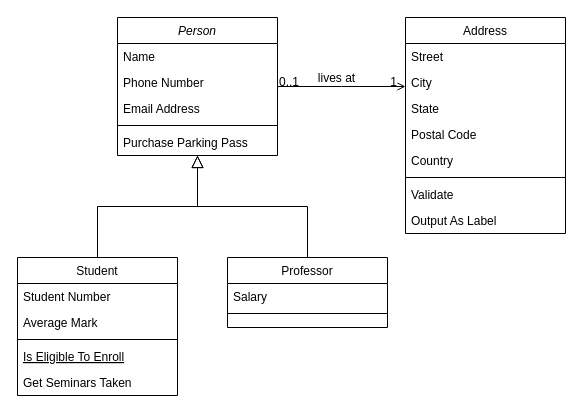
bmoresca-mmdc/Linear-Algebra keeps this draw.io diagram as Untitled Diagram.drawio. Above is the earlier version. Source tidied: cells renumbered, new cells numbered last; positions are measured from the earlier drawing's top-left corner, leaving out a move shared by most shapes. Both pictures are drawn from the tidied source at 100%, with x=0, y=0 at pixel (17, 17).
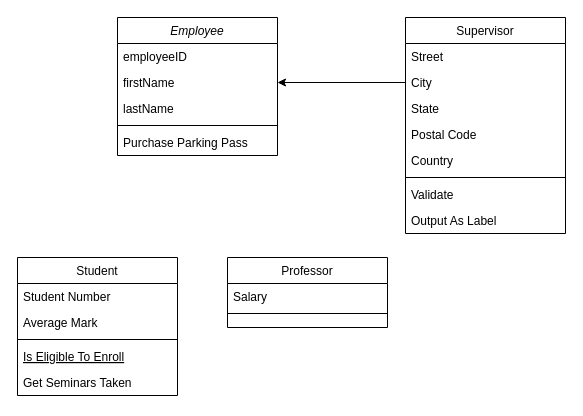
Above is the later version.

Commit message:
MotorPH Payroll Class Diagram.drawio

Unchanged cells that the change refers to:
```xml
<mxCell id="8" value="Student" style="swimlane;fontStyle=0;align=center;verticalAlign=top;horizontal=1;startSize=26;rounded=0;shadow=0;strokeWidth=1;" parent="1" vertex="1">
  <mxGeometry y="240" width="160" height="138" as="geometry" />
</mxCell>
<mxCell id="15" value="Professor" style="swimlane;fontStyle=0;align=center;verticalAlign=top;horizontal=1;startSize=26;rounded=0;shadow=0;strokeWidth=1;" parent="1" vertex="1">
  <mxGeometry x="210" y="240" width="160" height="70" as="geometry" />
</mxCell>
<mxCell id="21" value="City" style="text;align=left;verticalAlign=top;spacingLeft=4;spacingRight=4;overflow=hidden;points=[[0,0.5],[1,0.5]];portConstraint=eastwest;rounded=0;shadow=0;html=0;" parent="19" vertex="1">
  <mxGeometry y="52" width="160" height="26" as="geometry" />
</mxCell>
```

Diff of the diagram source:
```diff
@@
-    <mxCell id="2" value="Person" style="swimlane;fontStyle=2;align=center;verticalAlign=top;horizontal=1;startSize=26;rounded=0;shadow=0;strokeWidth=1;" parent="1" vertex="1">
+    <mxCell id="2" value="Employee" style="swimlane;fontStyle=2;align=center;verticalAlign=top;horizontal=1;startSize=26;rounded=0;shadow=0;strokeWidth=1;" parent="1" vertex="1">
       <mxGeometry x="100" width="160" height="138" as="geometry" />
     </mxCell>
-    <mxCell id="3" value="Name" style="text;align=left;verticalAlign=top;spacingLeft=4;spacingRight=4;overflow=hidden;" parent="2" vertex="1">
+    <mxCell id="3" value="employeeID" style="text;align=left;verticalAlign=top;spacingLeft=4;spacingRight=4;overflow=hidden;" parent="2" vertex="1">
       <mxGeometry y="26" width="160" height="26" as="geometry" />
     </mxCell>
-    <mxCell id="4" value="Phone Number" style="text;align=left;verticalAlign=top;spacingLeft=4;spacingRight=4;overflow=hidden;points=[[0,0.5],[1,0.5]];portConstraint=eastwest;rounded=0;shadow=0;html=0;" parent="2" vertex="1">
+    <mxCell id="4" value="firstName       " style="text;align=left;verticalAlign=top;spacingLeft=4;spacingRight=4;overflow=hidden;points=[[0,0.5],[1,0.5]];portConstraint=eastwest;rounded=0;shadow=0;html=0;" parent="2" vertex="1">
       <mxGeometry y="52" width="160" height="26" as="geometry" />
     </mxCell>
-    <mxCell id="5" value="Email Address" style="text;align=left;verticalAlign=top;spacingLeft=4;spacingRight=4;overflow=hidden;rounded=0;shadow=0;html=0;" parent="2" vertex="1">
+    <mxCell id="5" value="lastName        " style="text;align=left;verticalAlign=top;spacingLeft=4;spacingRight=4;overflow=hidden;rounded=0;shadow=0;html=0;" parent="2" vertex="1">
       <mxGeometry y="78" width="160" height="26" as="geometry" />
     </mxCell>
@@
-    <mxCell id="14" style="endArrow=block;endSize=10;endFill=0;shadow=0;strokeWidth=1;rounded=0;curved=0;edgeStyle=elbowEdgeStyle;elbow=vertical;" parent="1" edge="1" source="8" target="2">
-      <mxGeometry relative="1" as="geometry" />
-    </mxCell>
@@
-    <mxCell id="18" style="endArrow=block;endSize=10;endFill=0;shadow=0;strokeWidth=1;rounded=0;curved=0;edgeStyle=elbowEdgeStyle;elbow=vertical;" parent="1" edge="1" source="15" target="2">
-      <mxGeometry relative="1" as="geometry" />
-    </mxCell>
-    <mxCell id="19" value="Address" style="swimlane;fontStyle=0;align=center;verticalAlign=top;horizontal=1;startSize=26;rounded=0;shadow=0;strokeWidth=1;" parent="1" vertex="1">
+    <mxCell id="19" value="Supervisor" style="swimlane;fontStyle=0;align=center;verticalAlign=top;horizontal=1;startSize=26;rounded=0;shadow=0;strokeWidth=1;" parent="1" vertex="1">
       <mxGeometry x="388" width="160" height="216" as="geometry" />
     </mxCell>
@@
-    <mxCell id="28" style="endArrow=open;shadow=0;strokeWidth=1;rounded=0;curved=0;endFill=1;edgeStyle=elbowEdgeStyle;elbow=vertical;" parent="1" edge="1" source="2" target="19">
-      <mxGeometry x="0.5" y="41" relative="1" as="geometry">
-        <mxPoint x="-40" y="32" as="offset" />
-      </mxGeometry>
-    </mxCell>
-    <mxCell id="29" value="0..1" style="align=left;verticalAlign=bottom;labelBackgroundColor=none;fontSize=12;" parent="28" vertex="1">
-      <mxGeometry x="-1" relative="1" as="geometry">
-        <mxPoint y="4" as="offset" />
-      </mxGeometry>
-    </mxCell>
-    <mxCell id="30" value="1" style="align=right;verticalAlign=bottom;labelBackgroundColor=none;fontSize=12;" parent="28" vertex="1">
-      <mxGeometry x="1" relative="1" as="geometry">
-        <mxPoint x="-7" y="4" as="offset" />
-      </mxGeometry>
-    </mxCell>
-    <mxCell id="31" value="lives at" style="text;html=1;align=center;verticalAlign=middle;labelBackgroundColor=none;rounded=0;shadow=0;strokeWidth=1;fontSize=12;" parent="28" vertex="1">
-      <mxGeometry x="0.5" y="49" relative="1" as="geometry">
-        <mxPoint x="-38" y="40" as="offset" />
-      </mxGeometry>
-    </mxCell>
+    <mxCell id="32" style="edgeStyle=orthogonalEdgeStyle;rounded=0;jettySize=auto;html=1;exitX=0;exitY=0.5;exitDx=0;exitDy=0;" parent="1" edge="1" source="21" target="4">
+      <mxGeometry relative="1" as="geometry" />
+    </mxCell>
```
